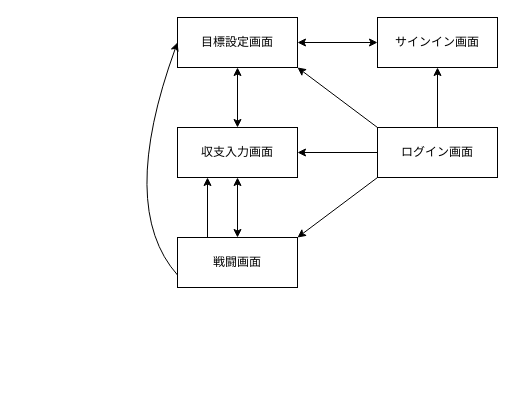
kanieksuke/mammon-quest keeps this draw.io diagram as TD.dio. Above is the earlier version. Source tidied: cells renumbered, new cells numbered last; positions are measured from the earlier drawing's top-left corner, leaving out a move shared by most shapes. Both pictures are drawn from the tidied source at 100%, with x=0, y=0 at pixel (117, 17).
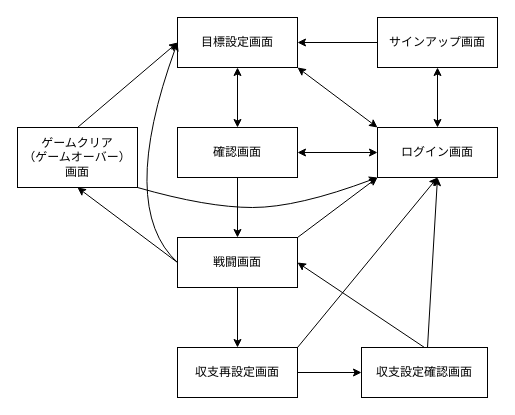
Above is the later version.

Commit message (it also covers changes not shown here):
ER図、画面遷移図修正

Unchanged cells that the change refers to:
```xml
<mxCell id="2" value="目標設定画面" style="rounded=0;whiteSpace=wrap;html=1;" parent="1" vertex="1">
  <mxGeometry x="60" width="120" height="50" as="geometry" />
</mxCell>
<mxCell id="4" value="戦闘画面" style="rounded=0;whiteSpace=wrap;html=1;" parent="1" vertex="1">
  <mxGeometry x="60" y="220" width="120" height="50" as="geometry" />
</mxCell>
<mxCell id="10" value="ログイン画面" style="rounded=0;whiteSpace=wrap;html=1;" parent="1" vertex="1">
  <mxGeometry x="260" y="110" width="120" height="50" as="geometry" />
</mxCell>
```

What changed in the source:
```diff
@@
-    <mxCell id="3" value="収支入力画面" style="rounded=0;whiteSpace=wrap;html=1;" parent="1" vertex="1">
+    <mxCell id="3" value="確認画面" style="rounded=0;whiteSpace=wrap;html=1;" parent="1" vertex="1">
       <mxGeometry x="60" y="110" width="120" height="50" as="geometry" />
     </mxCell>
@@
-    <mxCell id="6" style="endArrow=classic;startArrow=classic;html=1;entryX=0.5;entryY=1;entryDx=0;entryDy=0;exitX=0.5;exitY=0;exitDx=0;exitDy=0;" parent="1" edge="1" source="4" target="3">
-      <mxGeometry relative="1" as="geometry" />
-    </mxCell>
-    <mxCell id="7" style="curved=1;endArrow=classic;html=1;exitX=0;exitY=0.75;exitDx=0;exitDy=0;entryX=0;entryY=0.5;entryDx=0;entryDy=0;" parent="1" edge="1" source="4" target="2">
+    <mxCell id="7" style="curved=1;endArrow=classic;html=1;exitX=0;exitY=0.5;exitDx=0;exitDy=0;entryX=0;entryY=0.5;entryDx=0;entryDy=0;" parent="1" edge="1" source="4" target="2">
       <mxGeometry relative="1" as="geometry">
         <Array as="points">
           <mxPoint y="190" />
         </Array>
       </mxGeometry>
     </mxCell>
-    <mxCell id="8" style="endArrow=classic;html=1;entryX=0.25;entryY=1;entryDx=0;entryDy=0;exitX=0.25;exitY=0;exitDx=0;exitDy=0;" parent="1" edge="1" source="4" target="3">
-      <mxGeometry relative="1" as="geometry" />
-    </mxCell>
-    <mxCell id="9" value="サインイン画面" style="rounded=0;whiteSpace=wrap;html=1;" parent="1" vertex="1">
+    <mxCell id="9" value="サインアップ画面" style="rounded=0;whiteSpace=wrap;html=1;" parent="1" vertex="1">
       <mxGeometry x="260" width="120" height="50" as="geometry" />
     </mxCell>
@@
-    <mxCell id="11" style="endArrow=classic;html=1;exitX=0;exitY=1;exitDx=0;exitDy=0;entryX=1;entryY=0;entryDx=0;entryDy=0;" parent="1" edge="1" source="10" target="4">
-      <mxGeometry relative="1" as="geometry" />
-    </mxCell>
-    <mxCell id="12" style="endArrow=classic;html=1;exitX=0;exitY=0.5;exitDx=0;exitDy=0;" parent="1" edge="1" source="10" target="3">
-      <mxGeometry relative="1" as="geometry" />
-    </mxCell>
-    <mxCell id="13" style="endArrow=classic;html=1;exitX=0;exitY=0;exitDx=0;exitDy=0;entryX=1;entryY=1;entryDx=0;entryDy=0;" parent="1" edge="1" source="10" target="2">
-      <mxGeometry relative="1" as="geometry" />
-    </mxCell>
+    <mxCell id="16" style="endArrow=classic;html=1;exitX=0.5;exitY=1;exitDx=0;exitDy=0;entryX=0.5;entryY=0;entryDx=0;entryDy=0;" parent="1" edge="1" source="3" target="4">
+      <mxGeometry relative="1" as="geometry" />
+    </mxCell>
+    <mxCell id="17" value="収支再設定画面" style="rounded=0;whiteSpace=wrap;html=1;" parent="1" vertex="1">
+      <mxGeometry x="60" y="330" width="120" height="50" as="geometry" />
+    </mxCell>
+    <mxCell id="18" value="収支設定確認画面" style="rounded=0;whiteSpace=wrap;html=1;" parent="1" vertex="1">
+      <mxGeometry x="244" y="330" width="126" height="50" as="geometry" />
+    </mxCell>
+    <mxCell id="19" style="endArrow=classic;html=1;exitX=1;exitY=0.5;exitDx=0;exitDy=0;entryX=0;entryY=0.5;entryDx=0;entryDy=0;" parent="1" edge="1" source="17" target="18">
+      <mxGeometry relative="1" as="geometry" />
+    </mxCell>
+    <mxCell id="20" style="endArrow=classic;html=1;exitX=0.5;exitY=1;exitDx=0;exitDy=0;entryX=0.5;entryY=0;entryDx=0;entryDy=0;" parent="1" edge="1" source="4" target="17">
+      <mxGeometry relative="1" as="geometry" />
+    </mxCell>
+    <mxCell id="21" style="endArrow=classic;html=1;exitX=0.5;exitY=0;exitDx=0;exitDy=0;entryX=1;entryY=0.5;entryDx=0;entryDy=0;" parent="1" edge="1" source="18" target="4">
+      <mxGeometry relative="1" as="geometry" />
+    </mxCell>
+    <mxCell id="22" value="ゲームクリア&lt;br&gt;（ゲームオーバー）画面" style="rounded=0;whiteSpace=wrap;html=1;" parent="1" vertex="1">
+      <mxGeometry x="-100" y="110" width="120" height="60" as="geometry" />
+    </mxCell>
+    <mxCell id="23" style="endArrow=classic;html=1;exitX=0;exitY=0.5;exitDx=0;exitDy=0;entryX=0.5;entryY=1;entryDx=0;entryDy=0;" parent="1" edge="1" source="4" target="22">
+      <mxGeometry relative="1" as="geometry" />
+    </mxCell>
+    <mxCell id="24" style="endArrow=classic;html=1;exitX=0.5;exitY=0;exitDx=0;exitDy=0;entryX=0;entryY=0.5;entryDx=0;entryDy=0;" parent="1" edge="1" source="22" target="2">
+      <mxGeometry relative="1" as="geometry" />
+    </mxCell>
-    <mxCell id="14" style="endArrow=classic;html=1;exitX=0.5;exitY=0;exitDx=0;exitDy=0;entryX=0.5;entryY=1;entryDx=0;entryDy=0;" parent="1" edge="1" source="10" target="9">
+    <mxCell id="14" style="endArrow=classic;startArrow=classic;html=1;exitX=0.5;exitY=0;exitDx=0;exitDy=0;entryX=0.5;entryY=1;entryDx=0;entryDy=0;" parent="1" edge="1" source="10" target="9">
       <mxGeometry relative="1" as="geometry" />
     </mxCell>
-    <mxCell id="15" style="endArrow=classic;startArrow=classic;html=1;entryX=0;entryY=0.5;entryDx=0;entryDy=0;exitX=1;exitY=0.5;exitDx=0;exitDy=0;" parent="1" edge="1" source="2" target="9">
-      <mxGeometry relative="1" as="geometry" />
-    </mxCell>
+    <mxCell id="25" style="endArrow=classic;html=1;exitX=0;exitY=0.5;exitDx=0;exitDy=0;entryX=1;entryY=0.5;entryDx=0;entryDy=0;" parent="1" edge="1" source="9" target="2">
+      <mxGeometry relative="1" as="geometry" />
+    </mxCell>
+    <mxCell id="26" style="endArrow=classic;startArrow=classic;html=1;exitX=1;exitY=1;exitDx=0;exitDy=0;entryX=0;entryY=0;entryDx=0;entryDy=0;" parent="1" edge="1" source="2" target="10">
+      <mxGeometry relative="1" as="geometry" />
+    </mxCell>
+    <mxCell id="27" style="endArrow=classic;startArrow=classic;html=1;entryX=0;entryY=0.5;entryDx=0;entryDy=0;exitX=1;exitY=0.5;exitDx=0;exitDy=0;" parent="1" edge="1" source="3" target="10">
+      <mxGeometry relative="1" as="geometry" />
+    </mxCell>
+    <mxCell id="28" style="endArrow=classic;html=1;entryX=0;entryY=1;entryDx=0;entryDy=0;exitX=1;exitY=0;exitDx=0;exitDy=0;" parent="1" edge="1" source="4" target="10">
+      <mxGeometry relative="1" as="geometry" />
+    </mxCell>
+    <mxCell id="29" style="endArrow=classic;html=1;exitX=1;exitY=0;exitDx=0;exitDy=0;entryX=0.5;entryY=1;entryDx=0;entryDy=0;" parent="1" edge="1" source="17" target="10">
+      <mxGeometry relative="1" as="geometry" />
+    </mxCell>
+    <mxCell id="30" style="endArrow=classic;html=1;entryX=0.5;entryY=1;entryDx=0;entryDy=0;" parent="1" edge="1" target="10">
+      <mxGeometry relative="1" as="geometry">
+        <mxPoint x="310" y="330" as="sourcePoint" />
+      </mxGeometry>
+    </mxCell>
+    <mxCell id="31" style="curved=1;endArrow=classic;html=1;exitX=1;exitY=1;exitDx=0;exitDy=0;" parent="1" edge="1" source="22">
+      <mxGeometry relative="1" as="geometry">
+        <mxPoint x="260" y="160" as="targetPoint" />
+        <Array as="points">
+          <mxPoint x="90" y="190" />
+          <mxPoint x="180" y="190" />
+        </Array>
+      </mxGeometry>
+    </mxCell>
```
